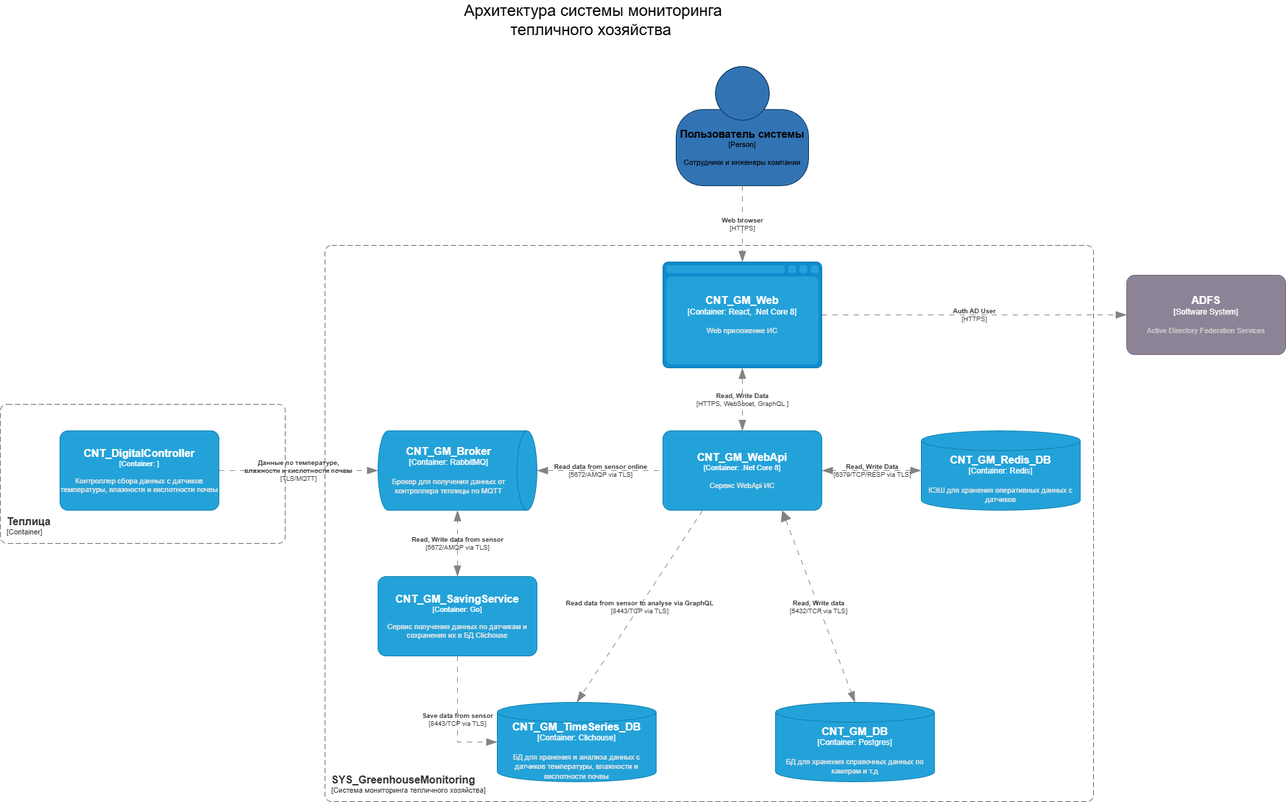
Before: docs/diargams/images/solution_architect.png, a diagram exported from draw.io (shishkinsa/arch-sys-greenhouse-monitoring). Source tidied: cells renumbered, new cells last; positions are measured from the earlier drawing's top-left corner, leaving out a move shared by most shapes.
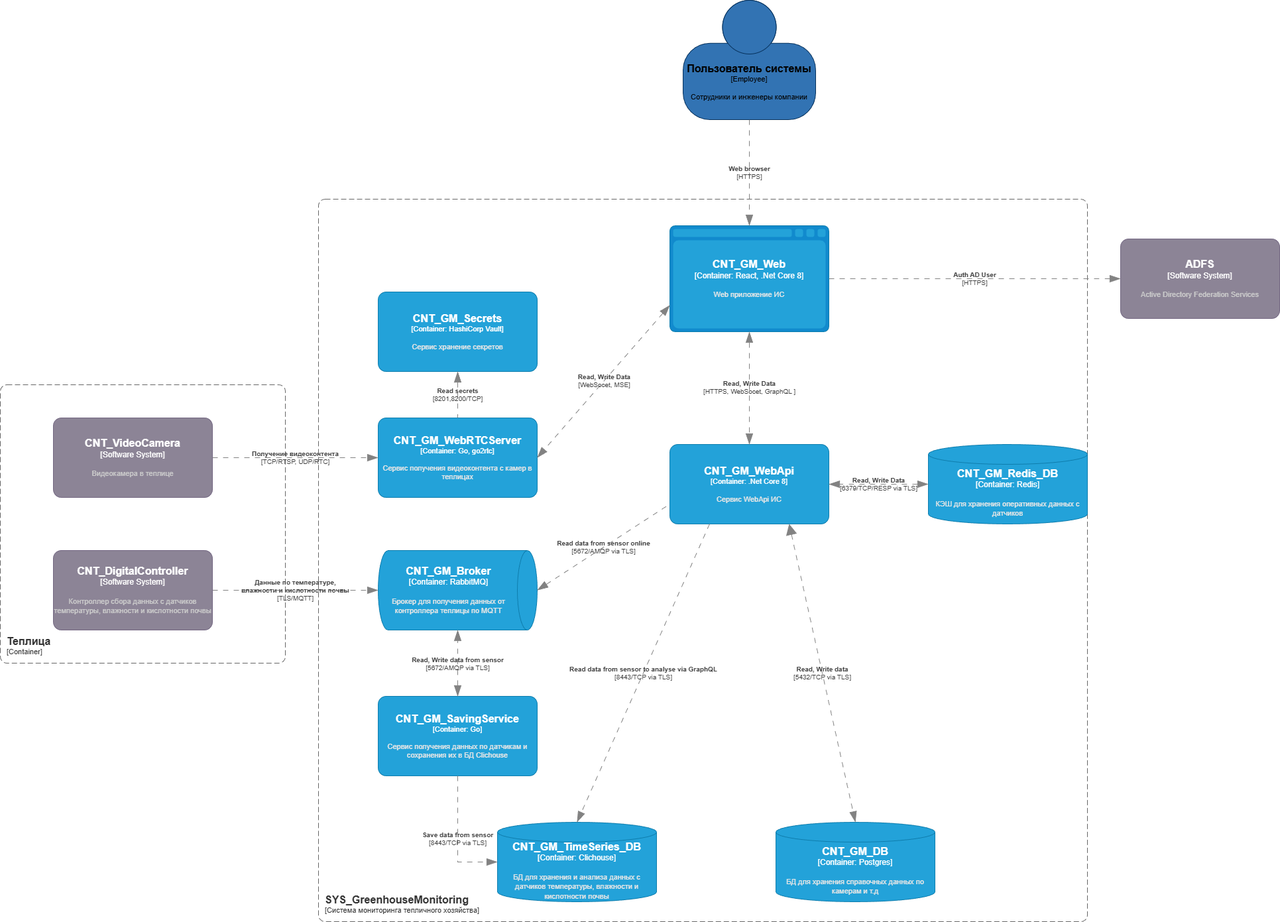
The same diagram one commit later.

Commit message:
Диаграмма последовательности для онлайн просмотра

The edit, as a diff of the source:
```diff
@@ -4,20 +4,12 @@
     <mxCell id="1" parent="0" />
     <object id="2" label="&lt;font style=&quot;font-size: 16px&quot;&gt;&lt;b&gt;&lt;div style=&quot;text-align: left&quot;&gt;%c4Name%&lt;/div&gt;&lt;/b&gt;&lt;/font&gt;&lt;div style=&quot;text-align: left&quot;&gt;[%c4Application%]&lt;/div&gt;" c4Application="Container" c4Name="Теплица" c4Type="ContainerScopeBoundary" placeholders="1">
       <mxCell style="rounded=1;fontSize=11;whiteSpace=wrap;html=1;dashed=1;arcSize=20;fillColor=none;strokeColor=#666666;fontColor=#333333;labelBackgroundColor=none;align=left;verticalAlign=bottom;labelBorderColor=none;spacingTop=0;spacing=10;dashPattern=8 4;perimeter=rectanglePerimeter;noLabel=0;labelPadding=0;absoluteArcSize=1;" parent="1" vertex="1">
-        <mxGeometry y="610" width="430" height="210" as="geometry" />
+        <mxGeometry y="400" width="430" height="420" as="geometry" />
       </mxCell>
     </object>
-    <mxCell id="3" value="Архитектура системы мониторинга тепличного хозяйства&amp;nbsp;" style="text;html=1;align=center;verticalAlign=middle;whiteSpace=wrap;rounded=0;strokeWidth=2;fontSize=24;" parent="1" vertex="1">
-      <mxGeometry x="650" width="490" height="60" as="geometry" />
-    </mxCell>
-    <object id="4" label="&lt;font style=&quot;font-size: 16px&quot;&gt;&lt;b&gt;%c4Name%&lt;/b&gt;&lt;/font&gt;&lt;div&gt;[%c4Type%: %c4Technology%]&lt;/div&gt;&lt;br&gt;&lt;div&gt;&lt;font style=&quot;font-size: 11px&quot;&gt;&lt;font color=&quot;#E6E6E6&quot;&gt;%c4Description%&lt;/font&gt;&lt;/div&gt;" c4Description="Контроллер сбора данных с датчиков температуры, влажности и кислотности почвы" c4Name="CNT_DigitalController" c4Technology="" c4Type="Container" placeholders="1">
-      <mxCell style="rounded=1;whiteSpace=wrap;html=1;fontSize=11;labelBackgroundColor=none;fillColor=#23A2D9;fontColor=#ffffff;align=center;arcSize=10;strokeColor=#0E7DAD;points=[[0.25,0,0],[0.5,0,0],[0.75,0,0],[1,0.25,0],[1,0.5,0],[1,0.75,0],[0.75,1,0],[0.5,1,0],[0.25,1,0],[0,0.75,0],[0,0.5,0],[0,0.25,0]];" parent="1" vertex="1">
-        <mxGeometry x="90" y="650" width="240" height="120" as="geometry" />
-      </mxCell>
-    </object>
     <object id="5" label="&lt;font style=&quot;font-size: 16px&quot;&gt;&lt;b&gt;&lt;div style=&quot;text-align: left&quot;&gt;%c4Name%&lt;/div&gt;&lt;/b&gt;&lt;/font&gt;&lt;div style=&quot;text-align: left&quot;&gt;[%c4Application%]&lt;/div&gt;" c4Application="Система мониторинга тепличного хозяйства" c4Name="SYS_GreenhouseMonitoring" c4Type="SystemScopeBoundary" placeholders="1">
       <mxCell style="rounded=1;fontSize=11;whiteSpace=wrap;html=1;dashed=1;arcSize=20;fillColor=none;strokeColor=#666666;fontColor=#333333;labelBackgroundColor=none;align=left;verticalAlign=bottom;labelBorderColor=none;spacingTop=0;spacing=10;dashPattern=8 4;perimeter=rectanglePerimeter;noLabel=0;labelPadding=0;absoluteArcSize=1;" parent="1" vertex="1">
-        <mxGeometry x="490" y="370" width="1160" height="840" as="geometry" />
+        <mxGeometry x="480" y="120" width="1160" height="1090" as="geometry" />
       </mxCell>
     </object>
     <object id="6" label="&lt;font style=&quot;font-size: 16px&quot;&gt;&lt;b&gt;%c4Name%&lt;/b&gt;&lt;/font&gt;&lt;div&gt;[%c4Type%:&amp;nbsp;%c4Technology%]&lt;/div&gt;&lt;br&gt;&lt;div&gt;&lt;font style=&quot;font-size: 11px&quot;&gt;&lt;font color=&quot;#E6E6E6&quot;&gt;%c4Description%&lt;/font&gt;&lt;/div&gt;" c4Description="Брокер для получения данных от контроллера теплицы по MQTT" c4Name="CNT_GM_Broker" c4Technology="RabbitMQ" c4Type="Container" placeholders="1">
@@ -26,13 +18,13 @@
       </mxCell>
     </object>
     <object id="7" label="&lt;div style=&quot;text-align: left&quot;&gt;&lt;div style=&quot;text-align: center&quot;&gt;&lt;b&gt;%c4Description%&lt;/b&gt;&lt;/div&gt;&lt;div style=&quot;text-align: center&quot;&gt;[%c4Technology%]&lt;/div&gt;&lt;/div&gt;" c4Description="Данные по температуре,&#10;влажности и кислотности почвы" c4Technology="TLS/MQTT" c4Type="Relationship" placeholders="1">
-      <mxCell style="endArrow=blockThin;html=1;fontSize=10;fontColor=#404040;strokeWidth=1;endFill=1;strokeColor=#828282;elbow=vertical;endSize=14;startSize=14;jumpStyle=arc;jumpSize=16;rounded=0;edgeStyle=orthogonalEdgeStyle;exitX=1;exitY=0.5;exitDx=0;exitDy=0;exitPerimeter=0;entryX=0.5;entryY=1;entryDx=0;entryDy=0;entryPerimeter=0;dashed=1;dashPattern=8 8;labelBackgroundColor=none;" parent="1" edge="1" source="4" target="6">
+      <mxCell style="endArrow=blockThin;html=1;fontSize=10;fontColor=#404040;strokeWidth=1;endFill=1;strokeColor=#828282;elbow=vertical;endSize=14;startSize=14;jumpStyle=arc;jumpSize=16;rounded=0;edgeStyle=orthogonalEdgeStyle;exitX=1;exitY=0.5;exitDx=0;exitDy=0;exitPerimeter=0;entryX=0.5;entryY=1;entryDx=0;entryDy=0;entryPerimeter=0;dashed=1;dashPattern=8 8;labelBackgroundColor=none;" parent="1" edge="1" source="26" target="6">
         <mxGeometry relative="1" as="geometry" />
       </mxCell>
     </object>
     <object id="8" label="&lt;font style=&quot;font-size: 16px&quot;&gt;&lt;b&gt;%c4Name%&lt;/b&gt;&lt;/font&gt;&lt;div&gt;[%c4Type%]&lt;/div&gt;&lt;br&gt;&lt;div&gt;&lt;font style=&quot;font-size: 11px&quot;&gt;&lt;font color=&quot;#cccccc&quot;&gt;%c4Description%&lt;/font&gt;&lt;/div&gt;" c4Description="Active Directory Federation Services " c4Name="ADFS" c4Type="Software System" placeholders="1">
       <mxCell style="rounded=1;whiteSpace=wrap;html=1;labelBackgroundColor=none;fillColor=#8C8496;fontColor=#ffffff;align=center;arcSize=10;strokeColor=#736782;points=[[0.25,0,0],[0.5,0,0],[0.75,0,0],[1,0.25,0],[1,0.5,0],[1,0.75,0],[0.75,1,0],[0.5,1,0],[0.25,1,0],[0,0.75,0],[0,0.5,0],[0,0.25,0]];" parent="1" vertex="1">
-        <mxGeometry x="1700" y="415" width="240" height="120" as="geometry" />
+        <mxGeometry x="1690" y="180" width="240" height="120" as="geometry" />
       </mxCell>
     </object>
     <object id="9" label="&lt;font style=&quot;font-size: 16px&quot;&gt;&lt;b&gt;%c4Name%&lt;/b&gt;&lt;/font&gt;&lt;div&gt;[%c4Type%:&amp;nbsp;%c4Technology%]&lt;/div&gt;&lt;br&gt;&lt;div&gt;&lt;font style=&quot;font-size: 11px&quot;&gt;&lt;font color=&quot;#E6E6E6&quot;&gt;%c4Description%&lt;/font&gt;&lt;/div&gt;" c4Description="БД для хранения и анализа данных с датчиков температуры, влажности и кислотности почвы" c4Name="CNT_GM_TimeSeries_DB " c4Technology="Clichouse" c4Type="Container" placeholders="1">
@@ -57,12 +49,12 @@
     </object>
     <object id="13" label="&lt;font style=&quot;font-size: 16px&quot;&gt;&lt;b&gt;%c4Name%&lt;/b&gt;&lt;/font&gt;&lt;div&gt;[%c4Type%:&amp;nbsp;%c4Technology%]&lt;/div&gt;&lt;br&gt;&lt;div&gt;&lt;font style=&quot;font-size: 11px&quot;&gt;&lt;font color=&quot;#E6E6E6&quot;&gt;%c4Description%&lt;/font&gt;&lt;/div&gt;" c4Description="Web приложение ИС" c4Name="CNT_GM_Web" c4Technology="React, .Net Core 8" c4Type="Container" placeholders="1">
       <mxCell style="shape=mxgraph.c4.webBrowserContainer2;whiteSpace=wrap;html=1;boundedLbl=1;rounded=0;labelBackgroundColor=none;strokeColor=#118ACD;fillColor=#23A2D9;strokeColor=#118ACD;strokeColor2=#0E7DAD;fontSize=12;fontColor=#ffffff;align=center;points=[[0.5,0,0],[1,0.25,0],[1,0.5,0],[1,0.75,0],[0.5,1,0],[0,0.75,0],[0,0.5,0],[0,0.25,0]];" parent="1" vertex="1">
-        <mxGeometry x="1000" y="395" width="240" height="160" as="geometry" />
+        <mxGeometry x="1010" y="160" width="240" height="160" as="geometry" />
       </mxCell>
     </object>
-    <object id="14" label="&lt;font style=&quot;font-size: 16px&quot;&gt;&lt;b&gt;%c4Name%&lt;/b&gt;&lt;/font&gt;&lt;div&gt;[%c4Type%]&lt;/div&gt;&lt;br&gt;&lt;div&gt;&lt;font style=&quot;font-size: 11px&quot;&gt;&lt;font&gt;%c4Description%&lt;/font&gt;&lt;/font&gt;&lt;/div&gt;" c4Description="Сотрудники и инженеры компании" c4Name="Пользователь системы" c4Type="Person" placeholders="1">
+    <object id="14" label="&lt;font style=&quot;font-size: 16px&quot;&gt;&lt;b&gt;%c4Name%&lt;/b&gt;&lt;/font&gt;&lt;div&gt;[%c4Type%]&lt;/div&gt;&lt;br&gt;&lt;div&gt;&lt;font style=&quot;font-size: 11px&quot;&gt;&lt;font&gt;%c4Description%&lt;/font&gt;&lt;/font&gt;&lt;/div&gt;" c4Description="Сотрудники и инженеры компании" c4Name="Пользователь системы" c4Type="Employee" placeholders="1">
       <mxCell style="html=1;fontSize=11;dashed=0;whiteSpace=wrap;fillColor=light-dark(#3273b3, #95c4f2);strokeColor=#06315C;fontColor=default;shape=mxgraph.c4.person2;align=center;points=[[0.5,0,0],[1,0.5,0],[1,0.75,0],[0.75,1,0],[0.5,1,0],[0.25,1,0],[0,0.75,0],[0,0.5,0]];labelBackgroundColor=none;labelBorderColor=none;textShadow=0;" parent="1" vertex="1">
-        <mxGeometry x="1020" y="100" width="200" height="180" as="geometry" />
+        <mxGeometry x="1030" y="-180" width="200" height="180" as="geometry" />
       </mxCell>
     </object>
     <object id="15" label="&lt;div style=&quot;text-align: left&quot;&gt;&lt;div style=&quot;text-align: center&quot;&gt;&lt;b&gt;%c4Description%&lt;/b&gt;&lt;/div&gt;&lt;div style=&quot;text-align: center&quot;&gt;[%c4Technology%]&lt;/div&gt;&lt;/div&gt;" c4Description="Web browser" c4Technology="HTTPS" c4Type="Relationship" placeholders="1">
@@ -72,7 +64,7 @@
     </object>
     <object id="16" label="&lt;font style=&quot;font-size: 16px&quot;&gt;&lt;b&gt;%c4Name%&lt;/b&gt;&lt;/font&gt;&lt;div&gt;[%c4Type%: %c4Technology%]&lt;/div&gt;&lt;br&gt;&lt;div&gt;&lt;font style=&quot;font-size: 11px&quot;&gt;&lt;font color=&quot;#E6E6E6&quot;&gt;%c4Description%&lt;/font&gt;&lt;/div&gt;" c4Description="Сервис WebApi ИС" c4Name="CNT_GM_WebApi" c4Technology=".Net Core 8" c4Type="Container" placeholders="1">
       <mxCell style="rounded=1;whiteSpace=wrap;html=1;fontSize=11;labelBackgroundColor=none;fillColor=#23A2D9;fontColor=#ffffff;align=center;arcSize=10;strokeColor=#0E7DAD;points=[[0.25,0,0],[0.5,0,0],[0.75,0,0],[1,0.25,0],[1,0.5,0],[1,0.75,0],[0.75,1,0],[0.5,1,0],[0.25,1,0],[0,0.75,0],[0,0.5,0],[0,0.25,0]];" parent="1" vertex="1">
-        <mxGeometry x="1000" y="650" width="240" height="120" as="geometry" />
+        <mxGeometry x="1010" y="490" width="240" height="120" as="geometry" />
       </mxCell>
     </object>
     <object id="17" label="&lt;div style=&quot;text-align: left&quot;&gt;&lt;div style=&quot;text-align: center&quot;&gt;&lt;b&gt;%c4Description%&lt;/b&gt;&lt;/div&gt;&lt;div style=&quot;text-align: center&quot;&gt;[%c4Technology%]&lt;/div&gt;&lt;/div&gt;" c4Description="Read, Write Data" c4Technology="HTTPS, WebSocet, GraphQL " c4Type="Relationship" placeholders="1">
@@ -81,7 +73,7 @@
       </mxCell>
     </object>
     <object id="18" label="&lt;div style=&quot;text-align: left&quot;&gt;&lt;div style=&quot;text-align: center&quot;&gt;&lt;b&gt;%c4Description%&lt;/b&gt;&lt;/div&gt;&lt;div style=&quot;text-align: center&quot;&gt;[%c4Technology%]&lt;/div&gt;&lt;/div&gt;" c4Description="Read data from  sensor online" c4Technology="5672/AMQP via TLS" c4Type="Relationship" placeholders="1">
-      <mxCell style="endArrow=none;html=1;fontSize=10;fontColor=#404040;strokeWidth=1;endFill=0;strokeColor=#828282;elbow=vertical;endSize=14;startSize=14;jumpStyle=arc;jumpSize=16;rounded=0;exitX=0.5;exitY=0;exitDx=0;exitDy=0;exitPerimeter=0;entryX=0;entryY=0.5;entryDx=0;entryDy=0;entryPerimeter=0;dashed=1;dashPattern=8 8;labelBackgroundColor=none;startArrow=blockThin;startFill=1;" parent="1" edge="1" source="6" target="16">
+      <mxCell style="endArrow=none;html=1;fontSize=10;fontColor=#404040;strokeWidth=1;endFill=0;strokeColor=#828282;elbow=vertical;endSize=14;startSize=14;jumpStyle=arc;jumpSize=16;rounded=0;exitX=0.5;exitY=0;exitDx=0;exitDy=0;exitPerimeter=0;entryX=0;entryY=0.75;entryDx=0;entryDy=0;entryPerimeter=0;dashed=1;dashPattern=8 8;labelBackgroundColor=none;startArrow=blockThin;startFill=1;" parent="1" edge="1" source="6" target="16">
         <mxGeometry relative="1" as="geometry" />
       </mxCell>
     </object>
@@ -92,7 +84,7 @@
     </object>
     <object id="20" label="&lt;font style=&quot;font-size: 16px&quot;&gt;&lt;b&gt;%c4Name%&lt;/b&gt;&lt;/font&gt;&lt;div&gt;[%c4Type%:&amp;nbsp;%c4Technology%]&lt;/div&gt;&lt;br&gt;&lt;div&gt;&lt;font style=&quot;font-size: 11px&quot;&gt;&lt;font color=&quot;#E6E6E6&quot;&gt;%c4Description%&lt;/font&gt;&lt;/div&gt;" c4Description="КЭШ для хранения оперативных данных с датчиков" c4Name="CNT_GM_Redis_DB " c4Technology="Redis" c4Type="Container" placeholders="1">
       <mxCell style="shape=cylinder3;size=15;whiteSpace=wrap;html=1;boundedLbl=1;rounded=0;labelBackgroundColor=none;fillColor=#23A2D9;fontSize=12;fontColor=#ffffff;align=center;strokeColor=#0E7DAD;points=[[0.5,0,0],[1,0.25,0],[1,0.5,0],[1,0.75,0],[0.5,1,0],[0,0.75,0],[0,0.5,0],[0,0.25,0]];" parent="1" vertex="1">
-        <mxGeometry x="1390" y="650" width="240" height="120" as="geometry" />
+        <mxGeometry x="1400" y="490" width="240" height="120" as="geometry" />
       </mxCell>
     </object>
     <object id="21" label="&lt;div style=&quot;text-align: left&quot;&gt;&lt;div style=&quot;text-align: center&quot;&gt;&lt;b&gt;%c4Description%&lt;/b&gt;&lt;/div&gt;&lt;div style=&quot;text-align: center&quot;&gt;[%c4Technology%]&lt;/div&gt;&lt;/div&gt;" c4Description="Read, Write Data" c4Technology="6379/TCP/RESP via TLS" c4Type="Relationship" placeholders="1">
@@ -115,5 +107,40 @@
         <mxGeometry relative="1" as="geometry" />
       </mxCell>
     </object>
+    <object id="25" label="&lt;font style=&quot;font-size: 16px&quot;&gt;&lt;b&gt;%c4Name%&lt;/b&gt;&lt;/font&gt;&lt;div&gt;[%c4Type%]&lt;/div&gt;&lt;br&gt;&lt;div&gt;&lt;font style=&quot;font-size: 11px&quot;&gt;&lt;font color=&quot;#cccccc&quot;&gt;%c4Description%&lt;/font&gt;&lt;/div&gt;" c4Description="Видеокамера в теплице" c4Name="CNT_VideoCamera" c4Type="Software System" placeholders="1">
+      <mxCell style="rounded=1;whiteSpace=wrap;html=1;labelBackgroundColor=none;fillColor=#8C8496;fontColor=#ffffff;align=center;arcSize=10;strokeColor=#736782;points=[[0.25,0,0],[0.5,0,0],[0.75,0,0],[1,0.25,0],[1,0.5,0],[1,0.75,0],[0.75,1,0],[0.5,1,0],[0.25,1,0],[0,0.75,0],[0,0.5,0],[0,0.25,0]];" parent="1" vertex="1">
+        <mxGeometry x="80" y="450" width="240" height="120" as="geometry" />
+      </mxCell>
+    </object>
+    <object id="26" label="&lt;font style=&quot;font-size: 16px&quot;&gt;&lt;b&gt;%c4Name%&lt;/b&gt;&lt;/font&gt;&lt;div&gt;[%c4Type%]&lt;/div&gt;&lt;br&gt;&lt;div&gt;&lt;font style=&quot;font-size: 11px&quot;&gt;&lt;font color=&quot;#cccccc&quot;&gt;%c4Description%&lt;/font&gt;&lt;/div&gt;" c4Description="Контроллер сбора данных с датчиков температуры, влажности и кислотности почвы" c4Name="CNT_DigitalController" c4Type="Software System" placeholders="1">
+      <mxCell style="rounded=1;whiteSpace=wrap;html=1;labelBackgroundColor=none;fillColor=#8C8496;fontColor=#ffffff;align=center;arcSize=10;strokeColor=#736782;points=[[0.25,0,0],[0.5,0,0],[0.75,0,0],[1,0.25,0],[1,0.5,0],[1,0.75,0],[0.75,1,0],[0.5,1,0],[0.25,1,0],[0,0.75,0],[0,0.5,0],[0,0.25,0]];" parent="1" vertex="1">
+        <mxGeometry x="80" y="650" width="240" height="120" as="geometry" />
+      </mxCell>
+    </object>
+    <object id="27" label="&lt;font style=&quot;font-size: 16px&quot;&gt;&lt;b&gt;%c4Name%&lt;/b&gt;&lt;/font&gt;&lt;div&gt;[%c4Type%: %c4Technology%]&lt;/div&gt;&lt;br&gt;&lt;div&gt;&lt;font style=&quot;font-size: 11px&quot;&gt;&lt;font color=&quot;#E6E6E6&quot;&gt;%c4Description%&lt;/font&gt;&lt;/div&gt;" c4Description="Сервис получения видеоконтента с камер в теплицах" c4Name="CNT_GM_WebRTCServer" c4Technology="Go, go2rtc" c4Type="Container" placeholders="1">
+      <mxCell style="rounded=1;whiteSpace=wrap;html=1;fontSize=11;labelBackgroundColor=none;fillColor=#23A2D9;fontColor=#ffffff;align=center;arcSize=10;strokeColor=#0E7DAD;points=[[0.25,0,0],[0.5,0,0],[0.75,0,0],[1,0.25,0],[1,0.5,0],[1,0.75,0],[0.75,1,0],[0.5,1,0],[0.25,1,0],[0,0.75,0],[0,0.5,0],[0,0.25,0]];" parent="1" vertex="1">
+        <mxGeometry x="570" y="450" width="240" height="120" as="geometry" />
+      </mxCell>
+    </object>
+    <object id="28" label="&lt;div style=&quot;text-align: left&quot;&gt;&lt;div style=&quot;text-align: center&quot;&gt;&lt;b&gt;%c4Description%&lt;/b&gt;&lt;/div&gt;&lt;div style=&quot;text-align: center&quot;&gt;[%c4Technology%]&lt;/div&gt;&lt;/div&gt;" c4Description="Получение видеоконтента" c4Technology="TCP/RTSP, UDP/RTC" c4Type="Relationship" placeholders="1">
+      <mxCell style="endArrow=blockThin;html=1;fontSize=10;fontColor=#404040;strokeWidth=1;endFill=1;strokeColor=#828282;elbow=vertical;endSize=14;startSize=14;jumpStyle=arc;jumpSize=16;rounded=0;edgeStyle=orthogonalEdgeStyle;exitX=1;exitY=0.5;exitDx=0;exitDy=0;exitPerimeter=0;entryX=0;entryY=0.5;entryDx=0;entryDy=0;entryPerimeter=0;dashed=1;dashPattern=8 8;labelBackgroundColor=none;" parent="1" edge="1" source="25" target="27">
+        <mxGeometry relative="1" as="geometry" />
+      </mxCell>
+    </object>
+    <object id="29" label="&lt;div style=&quot;text-align: left&quot;&gt;&lt;div style=&quot;text-align: center&quot;&gt;&lt;b&gt;%c4Description%&lt;/b&gt;&lt;/div&gt;&lt;div style=&quot;text-align: center&quot;&gt;[%c4Technology%]&lt;/div&gt;&lt;/div&gt;" c4Description="Read, Write Data" c4Technology="WebSocet, MSE" c4Type="Relationship" placeholders="1">
+      <mxCell style="endArrow=blockThin;html=1;fontSize=10;fontColor=#404040;strokeWidth=1;endFill=1;strokeColor=#828282;elbow=vertical;endSize=14;startSize=14;jumpStyle=arc;jumpSize=16;rounded=0;entryX=1;entryY=0.5;entryDx=0;entryDy=0;entryPerimeter=0;dashed=1;dashPattern=8 8;labelBackgroundColor=none;exitX=0;exitY=0.75;exitDx=0;exitDy=0;exitPerimeter=0;startArrow=blockThin;startFill=1;" parent="1" edge="1" source="13" target="27">
+        <mxGeometry relative="1" as="geometry" />
+      </mxCell>
+    </object>
+    <object id="30" label="&lt;font style=&quot;font-size: 16px&quot;&gt;&lt;b&gt;%c4Name%&lt;/b&gt;&lt;/font&gt;&lt;div&gt;[%c4Type%: %c4Technology%]&lt;/div&gt;&lt;br&gt;&lt;div&gt;&lt;font style=&quot;font-size: 11px&quot;&gt;&lt;font color=&quot;#E6E6E6&quot;&gt;%c4Description%&lt;/font&gt;&lt;/div&gt;" c4Description="Сервис хранение секретов" c4Name="CNT_GM_Secrets" c4Technology="HashiCorp Vault" c4Type="Container" placeholders="1">
+      <mxCell style="rounded=1;whiteSpace=wrap;html=1;fontSize=11;labelBackgroundColor=none;fillColor=#23A2D9;fontColor=#ffffff;align=center;arcSize=10;strokeColor=#0E7DAD;points=[[0.25,0,0],[0.5,0,0],[0.75,0,0],[1,0.25,0],[1,0.5,0],[1,0.75,0],[0.75,1,0],[0.5,1,0],[0.25,1,0],[0,0.75,0],[0,0.5,0],[0,0.25,0]];" parent="1" vertex="1">
+        <mxGeometry x="570" y="260" width="240" height="120" as="geometry" />
+      </mxCell>
+    </object>
+    <object id="31" label="&lt;div style=&quot;text-align: left&quot;&gt;&lt;div style=&quot;text-align: center&quot;&gt;&lt;b&gt;%c4Description%&lt;/b&gt;&lt;/div&gt;&lt;div style=&quot;text-align: center&quot;&gt;[%c4Technology%]&lt;/div&gt;&lt;/div&gt;" c4Description="Read secrets" c4Technology="8201,8200/TCP" c4Type="Relationship" placeholders="1">
+      <mxCell style="endArrow=none;html=1;fontSize=10;fontColor=#404040;strokeWidth=1;endFill=0;strokeColor=#828282;elbow=vertical;endSize=14;startSize=14;jumpStyle=arc;jumpSize=16;rounded=0;exitX=0.5;exitY=1;exitDx=0;exitDy=0;exitPerimeter=0;entryX=0.5;entryY=0;entryDx=0;entryDy=0;entryPerimeter=0;dashed=1;dashPattern=8 8;labelBackgroundColor=none;startArrow=blockThin;startFill=1;" parent="1" edge="1" source="30" target="27">
+        <mxGeometry relative="1" as="geometry" />
+      </mxCell>
+    </object>
   </root>
 </mxGraphModel>
```
